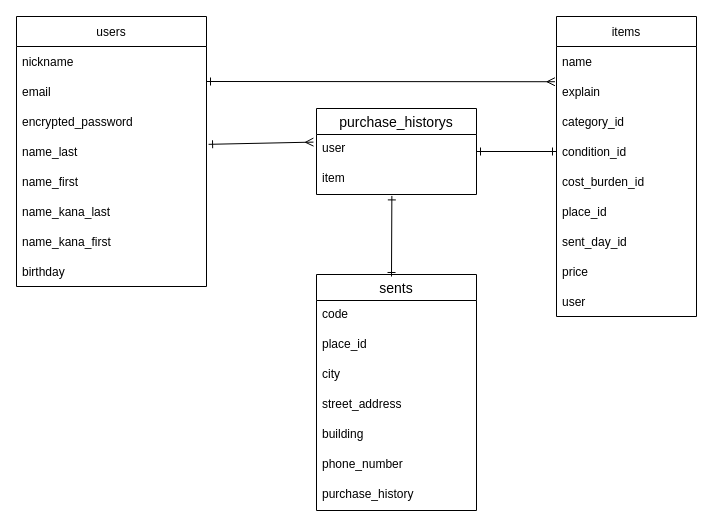
This is .dio from morimonchan/furima-38403, a draw.io file, before an edit. Source tidied: cells renumbered, new cells numbered last; positions are measured from the earlier drawing's top-left corner, leaving out a move shared by most shapes. Both pictures are drawn from the tidied source at 100%, with x=0, y=0 at pixel (16, 16).
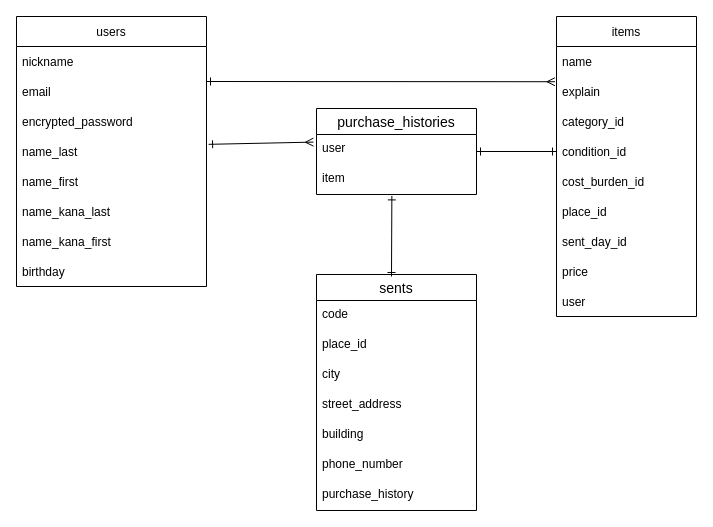
Above is the later version.

Commit message:
ER図,README修正⑦

Change to the diagram source:
```diff
@@
-    <mxCell id="33" value="purchase_historys" style="swimlane;fontStyle=0;horizontal=1;startSize=26;align=center;fontSize=14;" parent="1" vertex="1">
+    <mxCell id="33" value="purchase_histories" style="swimlane;fontStyle=0;horizontal=1;startSize=26;align=center;fontSize=14;" parent="1" vertex="1">
       <mxGeometry x="300" y="92" width="160" height="86" as="geometry" />
     </mxCell>
```
